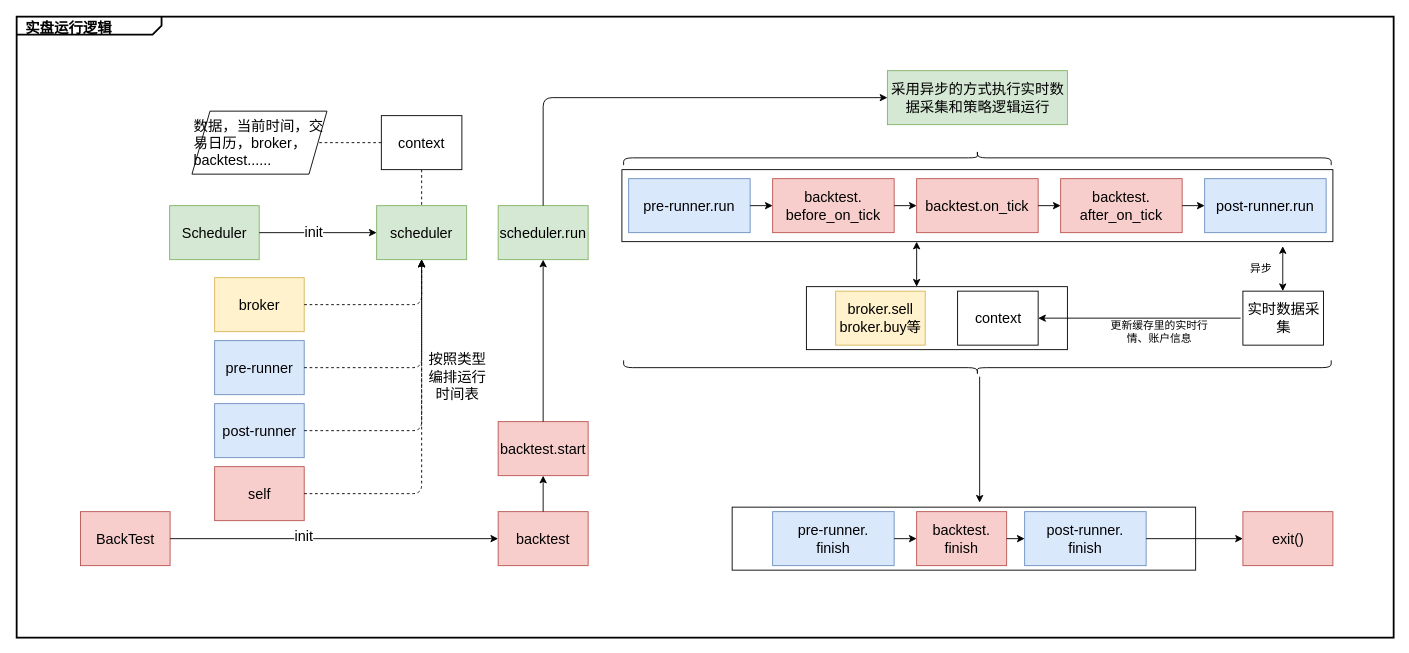
Above: drawio/实盘框架结构.drawio in jayed008/notebook (draw.io), before the change. Source tidied: cells renumbered, new cells numbered last; positions are measured from the earlier drawing's top-left corner, leaving out a move shared by most shapes. Both pictures are drawn from the tidied source at 90%, with x=0, y=0 at pixel (16, -196).
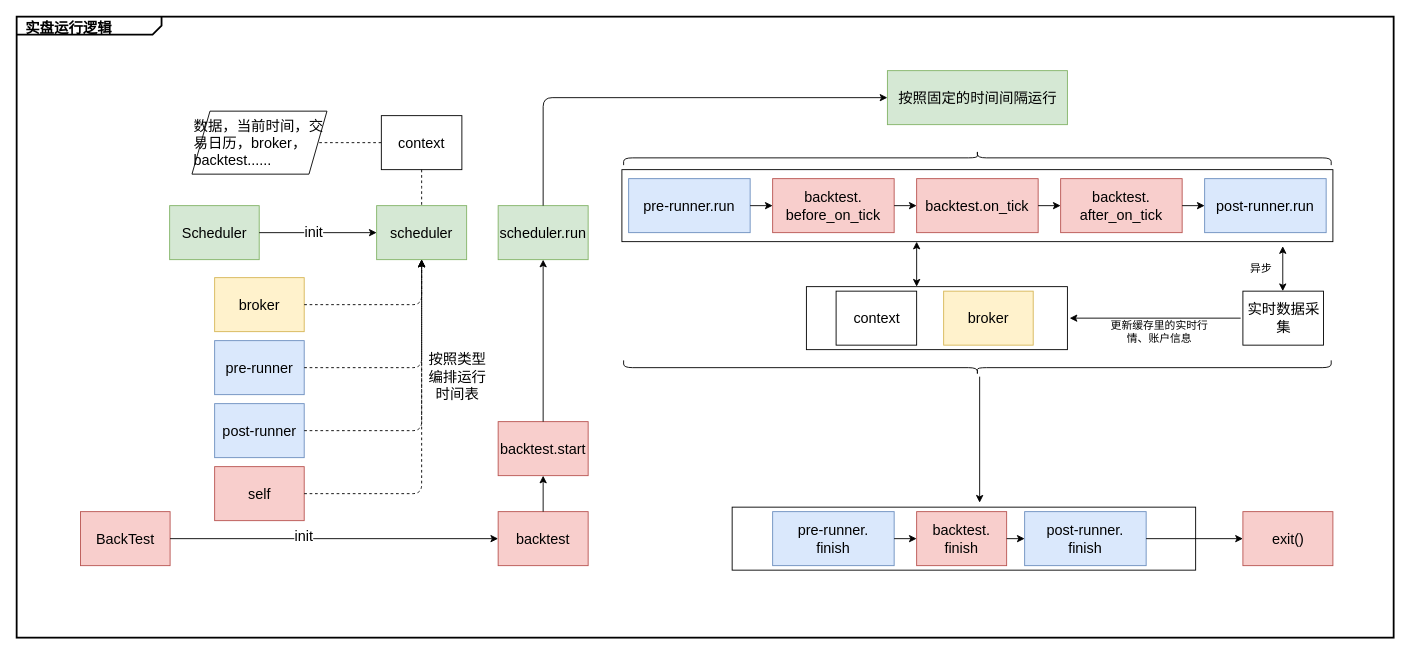
After the change.

Commit message:
Update 实盘框架结构.drawio

What changed in the source:
```diff
@@
-    <mxCell id="38" value="采用异步的方式执行实时数据采集和策略逻辑运行" style="rounded=0;whiteSpace=wrap;html=1;fontSize=16;fillColor=#d5e8d4;strokeColor=#82b366;" parent="1" vertex="1">
+    <mxCell id="38" value="按照固定的时间间隔运行" style="rounded=0;whiteSpace=wrap;html=1;fontSize=16;fillColor=#d5e8d4;strokeColor=#82b366;" parent="1" vertex="1">
       <mxGeometry x="967.5" y="296" width="200" height="60" as="geometry" />
     </mxCell>
@@
-    <mxCell id="42" value="broker.sell&lt;br&gt;broker.buy等" style="rounded=0;whiteSpace=wrap;html=1;fontSize=16;fillColor=#fff2cc;strokeColor=#d6b656;" parent="1" vertex="1">
-      <mxGeometry x="910" y="541" width="99.5" height="60" as="geometry" />
+    <mxCell id="42" value="broker" style="rounded=0;whiteSpace=wrap;html=1;fontSize=16;fillColor=#fff2cc;strokeColor=#d6b656;" parent="1" vertex="1">
+      <mxGeometry x="1030" y="541" width="99.5" height="60" as="geometry" />
     </mxCell>
@@
     <mxCell id="55" value="context" style="rounded=0;whiteSpace=wrap;html=1;fontSize=16;" parent="1" vertex="1">
-      <mxGeometry x="1045.5" y="541" width="89.5" height="60" as="geometry" />
+      <mxGeometry x="910.5" y="541" width="89.5" height="60" as="geometry" />
     </mxCell>
@@
-    <mxCell id="69" style="endArrow=classic;html=1;" parent="1" edge="1" target="55">
+    <mxCell id="69" style="endArrow=classic;html=1;" parent="1" edge="1">
       <mxGeometry relative="1" as="geometry">
         <mxPoint x="1360" y="571" as="sourcePoint" />
+        <mxPoint x="1170" y="571" as="targetPoint" />
       </mxGeometry>
     </mxCell>
```
